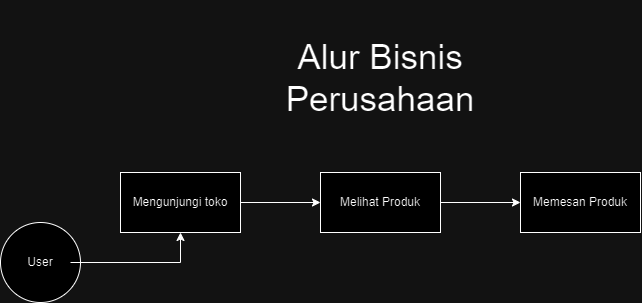
This is alur-perusahaan-parfume.drawio.png from Mhmmdneil/alur-perusahaan, a draw.io export, as it was before one commit. Source tidied: cells renumbered, new cells last; positions are measured from the earlier drawing's top-left corner, leaving out a move shared by most shapes. Source of this version:
```xml
<mxGraphModel>
  <root>
    <mxCell id="0" />
    <mxCell id="1" parent="0" />
    <mxCell id="2" style="ellipse;whiteSpace=wrap;html=1;" parent="1" vertex="1">
      <mxGeometry y="170" width="80" height="80" as="geometry" />
    </mxCell>
    <mxCell id="3" style="edgeStyle=orthogonalEdgeStyle;rounded=0;jettySize=auto;html=1;" parent="1" edge="1" source="4" target="6">
      <mxGeometry relative="1" as="geometry" />
    </mxCell>
    <mxCell id="4" value="User" style="text;html=1;align=center;verticalAlign=middle;whiteSpace=wrap;rounded=0;" parent="1" vertex="1">
      <mxGeometry x="10" y="195" width="60" height="30" as="geometry" />
    </mxCell>
    <mxCell id="5" style="edgeStyle=orthogonalEdgeStyle;rounded=0;jettySize=auto;html=1;" parent="1" edge="1" source="6" target="8">
      <mxGeometry relative="1" as="geometry" />
    </mxCell>
    <mxCell id="6" value="Mengunjungi toko" style="whiteSpace=wrap;html=1;" parent="1" vertex="1">
      <mxGeometry x="120" y="120" width="120" height="60" as="geometry" />
    </mxCell>
    <mxCell id="7" style="edgeStyle=orthogonalEdgeStyle;rounded=0;jettySize=auto;html=1;" parent="1" edge="1" source="8" target="9">
      <mxGeometry relative="1" as="geometry" />
    </mxCell>
    <mxCell id="8" value="Melihat Produk" style="whiteSpace=wrap;html=1;" parent="1" vertex="1">
      <mxGeometry x="320" y="120" width="120" height="60" as="geometry" />
    </mxCell>
    <mxCell id="9" value="Memesan Produk" style="whiteSpace=wrap;html=1;" parent="1" vertex="1">
      <mxGeometry x="520" y="120" width="120" height="60" as="geometry" />
    </mxCell>
    <mxCell id="10" value="&lt;p style=&quot;line-height: 120%; font-size: 35px;&quot;&gt;Alur Bisnis Perusahaan&lt;/p&gt;" style="text;html=1;align=center;verticalAlign=middle;whiteSpace=wrap;rounded=0;fontSize=35;" parent="1" vertex="1">
      <mxGeometry x="350" width="60" height="50" as="geometry" />
    </mxCell>
  </root>
</mxGraphModel>
```
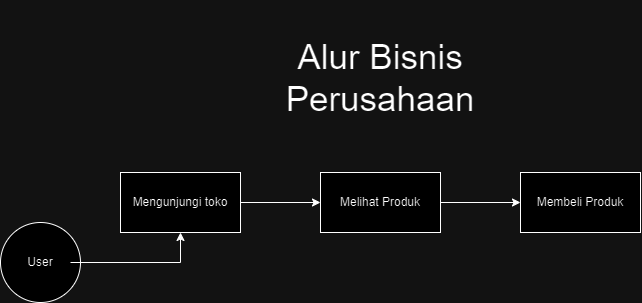
Above is the later version.

Change to the diagram source:
```diff
@@ -23,7 +23,7 @@
     <mxCell id="8" value="Melihat Produk" style="whiteSpace=wrap;html=1;" parent="1" vertex="1">
       <mxGeometry x="320" y="120" width="120" height="60" as="geometry" />
     </mxCell>
-    <mxCell id="9" value="Memesan Produk" style="whiteSpace=wrap;html=1;" parent="1" vertex="1">
+    <mxCell id="9" value="Membeli Produk" style="whiteSpace=wrap;html=1;" parent="1" vertex="1">
       <mxGeometry x="520" y="120" width="120" height="60" as="geometry" />
     </mxCell>
     <mxCell id="10" value="&lt;p style=&quot;line-height: 120%; font-size: 35px;&quot;&gt;Alur Bisnis Perusahaan&lt;/p&gt;" style="text;html=1;align=center;verticalAlign=middle;whiteSpace=wrap;rounded=0;fontSize=35;" parent="1" vertex="1">
```
